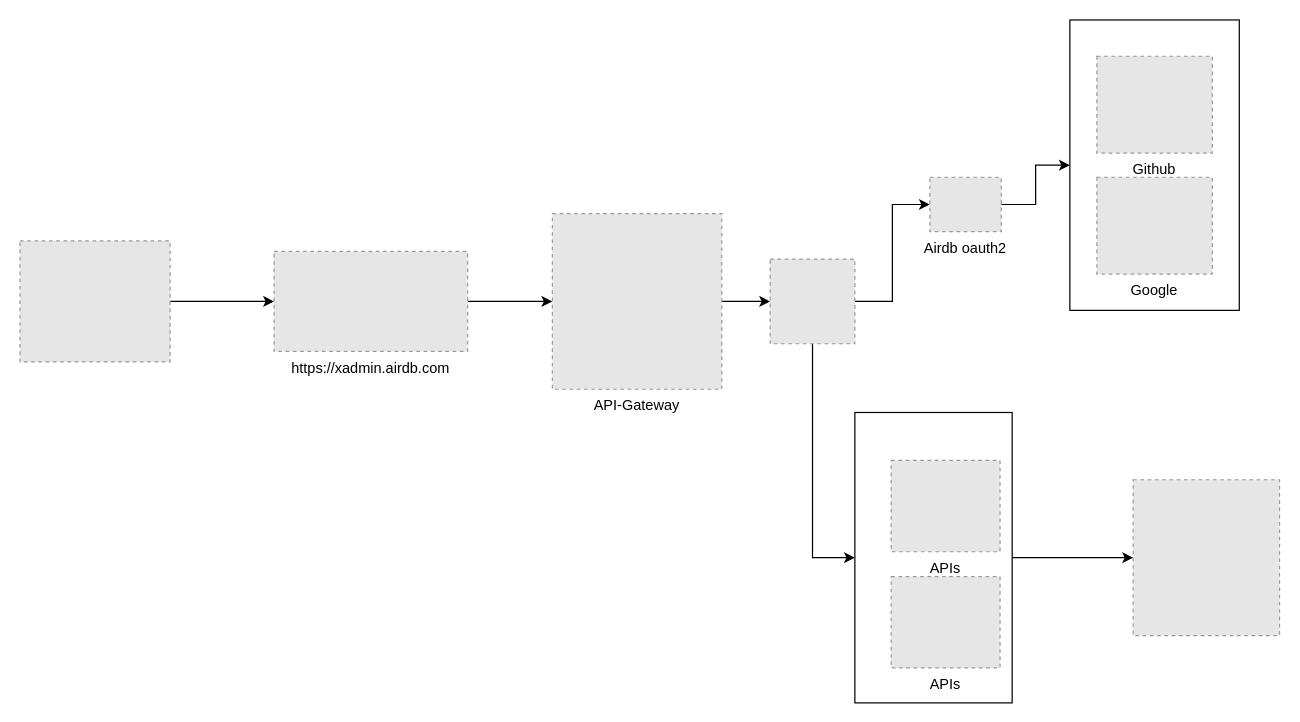
airdb/drawio keeps this draw.io diagram as xadmin-login.drawio. Above is the earlier version. Source tidied: cells renumbered, new cells numbered last; positions are measured from the earlier drawing's top-left corner, leaving out a move shared by most shapes. Both pictures are drawn from the tidied source at 121%, with x=0, y=0 at pixel (19, 19). Pictures stored in the file or linked from it are replaced by grey dashed boxes.
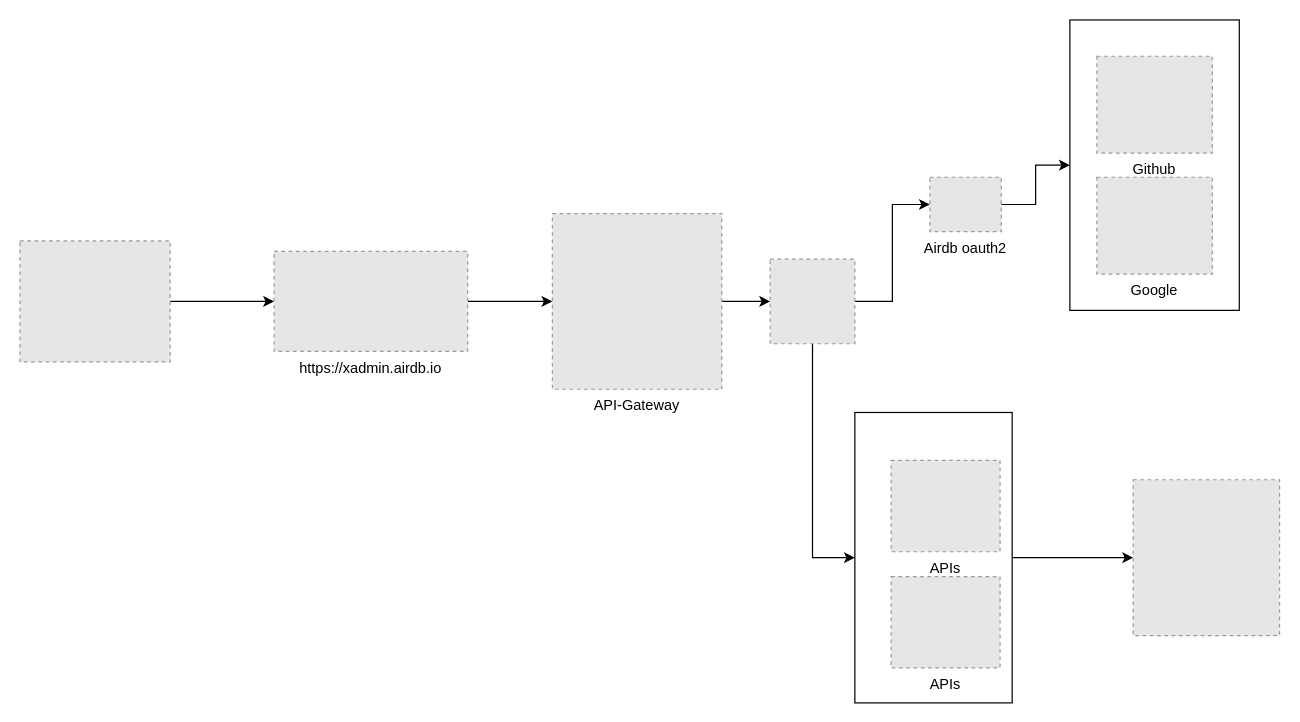
The same diagram, later.

Diff of the diagram source:
```diff
@@
-    <mxCell id="8" value="https://xadmin.airdb.com" style="fillColor=#E6E6E6;strokeColor=#999999;dashed=1;verticalLabelPosition=bottom;labelBackgroundColor=#ffffff;verticalAlign=top;" parent="1" vertex="1">
+    <mxCell id="8" value="https://xadmin.airdb.io" style="fillColor=#E6E6E6;strokeColor=#999999;dashed=1;verticalLabelPosition=bottom;labelBackgroundColor=#ffffff;verticalAlign=top;" parent="1" vertex="1">
       <mxGeometry x="210" y="191.3" width="160" height="82.6" as="geometry" />
     </mxCell>
```
